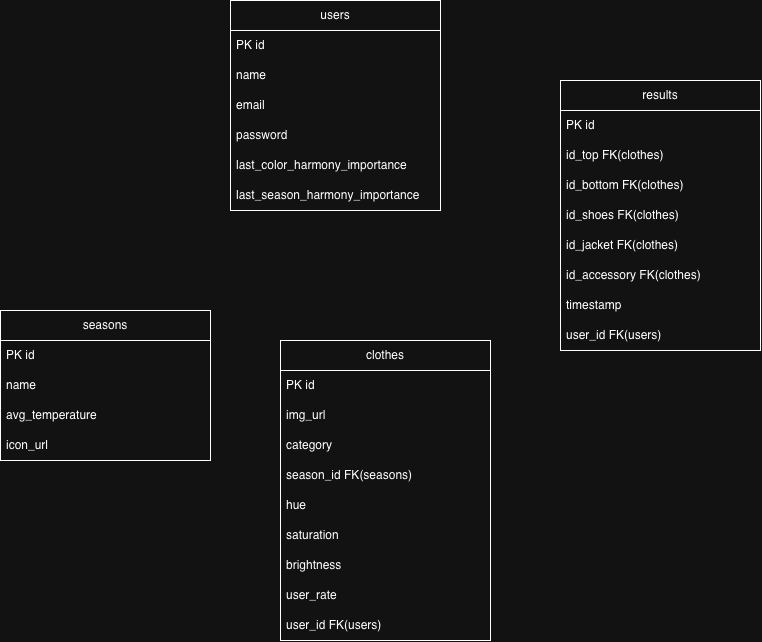
Before: modele-de-donnees/MLD.drawio.png, a diagram exported from draw.io (Thibault-HEIG/clothes-match). Source tidied: cells renumbered, new cells last; positions are measured from the earlier drawing's top-left corner, leaving out a move shared by most shapes. Its diagram source:
```xml
<mxGraphModel>
  <root>
    <mxCell id="0" />
    <mxCell id="1" parent="0" />
    <mxCell id="2" value="users" style="swimlane;fontStyle=0;horizontal=1;startSize=30;whiteSpace=wrap;html=1;" parent="1" vertex="1">
      <mxGeometry x="230" width="210" height="210" as="geometry" />
    </mxCell>
    <mxCell id="3" value="PK id" style="text;strokeColor=none;fillColor=none;align=left;verticalAlign=middle;spacingLeft=4;spacingRight=4;overflow=hidden;whiteSpace=wrap;html=1;" parent="2" vertex="1">
      <mxGeometry y="30" width="210" height="30" as="geometry" />
    </mxCell>
    <mxCell id="4" value="name" style="text;strokeColor=none;fillColor=none;align=left;verticalAlign=middle;spacingLeft=4;spacingRight=4;overflow=hidden;whiteSpace=wrap;html=1;" parent="2" vertex="1">
      <mxGeometry y="60" width="210" height="30" as="geometry" />
    </mxCell>
    <mxCell id="5" value="email" style="text;strokeColor=none;fillColor=none;align=left;verticalAlign=middle;spacingLeft=4;spacingRight=4;overflow=hidden;whiteSpace=wrap;html=1;" parent="2" vertex="1">
      <mxGeometry y="90" width="210" height="30" as="geometry" />
    </mxCell>
    <mxCell id="6" value="password" style="text;strokeColor=none;fillColor=none;align=left;verticalAlign=middle;spacingLeft=4;spacingRight=4;overflow=hidden;whiteSpace=wrap;html=1;" parent="2" vertex="1">
      <mxGeometry y="120" width="210" height="30" as="geometry" />
    </mxCell>
    <mxCell id="7" value="last_color_harmony_importance" style="text;strokeColor=none;fillColor=none;align=left;verticalAlign=middle;spacingLeft=4;spacingRight=4;overflow=hidden;whiteSpace=wrap;html=1;" parent="2" vertex="1">
      <mxGeometry y="150" width="210" height="30" as="geometry" />
    </mxCell>
    <mxCell id="8" value="last_season_harmony_importance" style="text;strokeColor=none;fillColor=none;align=left;verticalAlign=middle;spacingLeft=4;spacingRight=4;overflow=hidden;whiteSpace=wrap;html=1;" parent="2" vertex="1">
      <mxGeometry y="180" width="210" height="30" as="geometry" />
    </mxCell>
    <mxCell id="9" value="results" style="swimlane;fontStyle=0;horizontal=1;startSize=30;whiteSpace=wrap;html=1;" parent="1" vertex="1">
      <mxGeometry x="560" y="80" width="200" height="270" as="geometry" />
    </mxCell>
    <mxCell id="10" value="PK id" style="text;strokeColor=none;fillColor=none;align=left;verticalAlign=middle;spacingLeft=4;spacingRight=4;overflow=hidden;whiteSpace=wrap;html=1;" parent="9" vertex="1">
      <mxGeometry y="30" width="200" height="30" as="geometry" />
    </mxCell>
    <mxCell id="11" value="id_top FK(clothes)" style="text;strokeColor=none;fillColor=none;align=left;verticalAlign=middle;spacingLeft=4;spacingRight=4;overflow=hidden;points=[[0,0.5],[1,0.5]];portConstraint=eastwest;whiteSpace=wrap;html=1;" parent="9" vertex="1">
      <mxGeometry y="60" width="200" height="30" as="geometry" />
    </mxCell>
    <mxCell id="12" value="id_bottom FK(clothes)" style="text;strokeColor=none;fillColor=none;align=left;verticalAlign=middle;spacingLeft=4;spacingRight=4;overflow=hidden;points=[[0,0.5],[1,0.5]];portConstraint=eastwest;whiteSpace=wrap;html=1;" parent="9" vertex="1">
      <mxGeometry y="90" width="200" height="30" as="geometry" />
    </mxCell>
    <mxCell id="13" value="id_shoes FK(clothes)" style="text;strokeColor=none;fillColor=none;align=left;verticalAlign=middle;spacingLeft=4;spacingRight=4;overflow=hidden;points=[[0,0.5],[1,0.5]];portConstraint=eastwest;whiteSpace=wrap;html=1;" parent="9" vertex="1">
      <mxGeometry y="120" width="200" height="30" as="geometry" />
    </mxCell>
    <mxCell id="14" value="id_jacket FK(clothes)" style="text;strokeColor=none;fillColor=none;align=left;verticalAlign=middle;spacingLeft=4;spacingRight=4;overflow=hidden;points=[[0,0.5],[1,0.5]];portConstraint=eastwest;whiteSpace=wrap;html=1;" parent="9" vertex="1">
      <mxGeometry y="150" width="200" height="30" as="geometry" />
    </mxCell>
    <mxCell id="15" value="id_accessory FK(clothes)" style="text;strokeColor=none;fillColor=none;align=left;verticalAlign=middle;spacingLeft=4;spacingRight=4;overflow=hidden;points=[[0,0.5],[1,0.5]];portConstraint=eastwest;whiteSpace=wrap;html=1;" parent="9" vertex="1">
      <mxGeometry y="180" width="200" height="30" as="geometry" />
    </mxCell>
    <mxCell id="16" value="timestamp" style="text;strokeColor=none;fillColor=none;align=left;verticalAlign=middle;spacingLeft=4;spacingRight=4;overflow=hidden;whiteSpace=wrap;html=1;" parent="9" vertex="1">
      <mxGeometry y="210" width="200" height="30" as="geometry" />
    </mxCell>
    <mxCell id="17" value="user_id FK(users)" style="text;strokeColor=none;fillColor=none;align=left;verticalAlign=middle;spacingLeft=4;spacingRight=4;overflow=hidden;whiteSpace=wrap;html=1;" parent="9" vertex="1">
      <mxGeometry y="240" width="200" height="30" as="geometry" />
    </mxCell>
    <mxCell id="18" value="clothes" style="swimlane;fontStyle=0;horizontal=1;startSize=30;whiteSpace=wrap;html=1;" parent="1" vertex="1">
      <mxGeometry x="280" y="340" width="210" height="300" as="geometry" />
    </mxCell>
    <mxCell id="19" value="PK id" style="text;strokeColor=none;fillColor=none;align=left;verticalAlign=middle;spacingLeft=4;spacingRight=4;overflow=hidden;whiteSpace=wrap;html=1;" parent="18" vertex="1">
      <mxGeometry y="30" width="210" height="30" as="geometry" />
    </mxCell>
    <mxCell id="20" value="img_url" style="text;strokeColor=none;fillColor=none;align=left;verticalAlign=middle;spacingLeft=4;spacingRight=4;overflow=hidden;whiteSpace=wrap;html=1;" parent="18" vertex="1">
      <mxGeometry y="60" width="210" height="30" as="geometry" />
    </mxCell>
    <mxCell id="21" value="category" style="text;strokeColor=none;fillColor=none;align=left;verticalAlign=middle;spacingLeft=4;spacingRight=4;overflow=hidden;whiteSpace=wrap;html=1;" parent="18" vertex="1">
      <mxGeometry y="90" width="210" height="30" as="geometry" />
    </mxCell>
    <mxCell id="22" value="season_id FK(seasons)" style="text;strokeColor=none;fillColor=none;align=left;verticalAlign=middle;spacingLeft=4;spacingRight=4;overflow=hidden;points=[[0,0.5],[1,0.5]];portConstraint=eastwest;whiteSpace=wrap;html=1;" parent="18" vertex="1">
      <mxGeometry y="120" width="210" height="30" as="geometry" />
    </mxCell>
    <mxCell id="23" value="hue" style="text;strokeColor=none;fillColor=none;align=left;verticalAlign=middle;spacingLeft=4;spacingRight=4;overflow=hidden;whiteSpace=wrap;html=1;" parent="18" vertex="1">
      <mxGeometry y="150" width="210" height="30" as="geometry" />
    </mxCell>
    <mxCell id="24" value="saturation" style="text;strokeColor=none;fillColor=none;align=left;verticalAlign=middle;spacingLeft=4;spacingRight=4;overflow=hidden;whiteSpace=wrap;html=1;" parent="18" vertex="1">
      <mxGeometry y="180" width="210" height="30" as="geometry" />
    </mxCell>
    <mxCell id="25" value="brightness" style="text;strokeColor=none;fillColor=none;align=left;verticalAlign=middle;spacingLeft=4;spacingRight=4;overflow=hidden;whiteSpace=wrap;html=1;" parent="18" vertex="1">
      <mxGeometry y="210" width="210" height="30" as="geometry" />
    </mxCell>
    <mxCell id="26" value="user_rate" style="text;strokeColor=none;fillColor=none;align=left;verticalAlign=middle;spacingLeft=4;spacingRight=4;overflow=hidden;whiteSpace=wrap;html=1;" parent="18" vertex="1">
      <mxGeometry y="240" width="210" height="30" as="geometry" />
    </mxCell>
    <mxCell id="27" value="user_id FK(users)" style="text;strokeColor=none;fillColor=none;align=left;verticalAlign=middle;spacingLeft=4;spacingRight=4;overflow=hidden;points=[[0,0.5],[1,0.5]];portConstraint=eastwest;whiteSpace=wrap;html=1;" parent="18" vertex="1">
      <mxGeometry y="270" width="210" height="30" as="geometry" />
    </mxCell>
    <mxCell id="28" value="seasons" style="swimlane;fontStyle=0;horizontal=1;startSize=30;whiteSpace=wrap;html=1;" parent="1" vertex="1">
      <mxGeometry y="310" width="210" height="150" as="geometry" />
    </mxCell>
    <mxCell id="29" value="PK id" style="text;strokeColor=none;fillColor=none;align=left;verticalAlign=middle;spacingLeft=4;spacingRight=4;overflow=hidden;whiteSpace=wrap;html=1;" parent="28" vertex="1">
      <mxGeometry y="30" width="210" height="30" as="geometry" />
    </mxCell>
    <mxCell id="30" value="name" style="text;strokeColor=none;fillColor=none;align=left;verticalAlign=middle;spacingLeft=4;spacingRight=4;overflow=hidden;whiteSpace=wrap;html=1;" parent="28" vertex="1">
      <mxGeometry y="60" width="210" height="30" as="geometry" />
    </mxCell>
    <mxCell id="31" value="avg_temperature" style="text;strokeColor=none;fillColor=none;align=left;verticalAlign=middle;spacingLeft=4;spacingRight=4;overflow=hidden;whiteSpace=wrap;html=1;" parent="28" vertex="1">
      <mxGeometry y="90" width="210" height="30" as="geometry" />
    </mxCell>
    <mxCell id="32" value="icon_url" style="text;strokeColor=none;fillColor=none;align=left;verticalAlign=middle;spacingLeft=4;spacingRight=4;overflow=hidden;whiteSpace=wrap;html=1;" parent="28" vertex="1">
      <mxGeometry y="120" width="210" height="30" as="geometry" />
    </mxCell>
  </root>
</mxGraphModel>
```
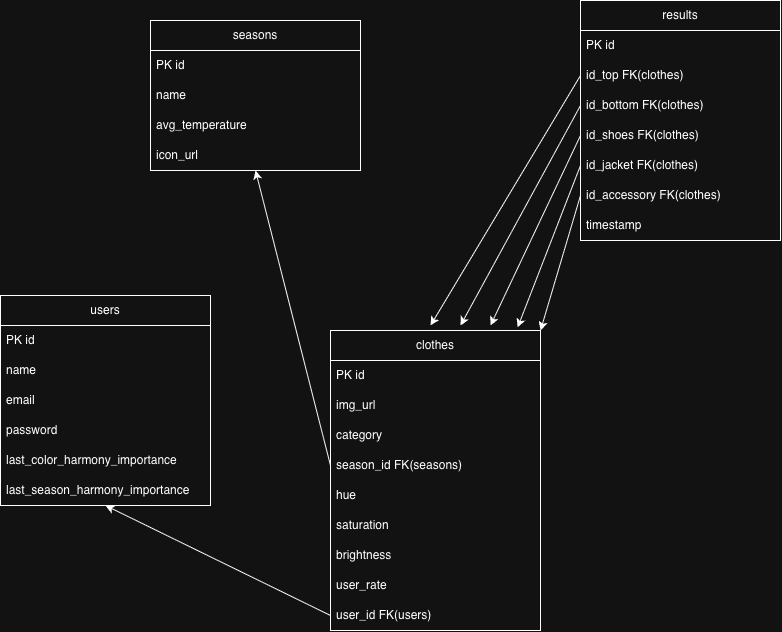
The same file after the commit.

The edit, as a diff of the source:
```diff
@@ -3,7 +3,7 @@
     <mxCell id="0" />
     <mxCell id="1" parent="0" />
     <mxCell id="2" value="users" style="swimlane;fontStyle=0;horizontal=1;startSize=30;whiteSpace=wrap;html=1;" parent="1" vertex="1">
-      <mxGeometry x="230" width="210" height="210" as="geometry" />
+      <mxGeometry x="-50" y="305" width="210" height="210" as="geometry" />
     </mxCell>
     <mxCell id="3" value="PK id" style="text;strokeColor=none;fillColor=none;align=left;verticalAlign=middle;spacingLeft=4;spacingRight=4;overflow=hidden;whiteSpace=wrap;html=1;" parent="2" vertex="1">
       <mxGeometry y="30" width="210" height="30" as="geometry" />
@@ -24,7 +24,7 @@
       <mxGeometry y="180" width="210" height="30" as="geometry" />
     </mxCell>
     <mxCell id="9" value="results" style="swimlane;fontStyle=0;horizontal=1;startSize=30;whiteSpace=wrap;html=1;" parent="1" vertex="1">
-      <mxGeometry x="560" y="80" width="200" height="270" as="geometry" />
+      <mxGeometry x="530" y="10" width="200" height="240" as="geometry" />
     </mxCell>
     <mxCell id="10" value="PK id" style="text;strokeColor=none;fillColor=none;align=left;verticalAlign=middle;spacingLeft=4;spacingRight=4;overflow=hidden;whiteSpace=wrap;html=1;" parent="9" vertex="1">
       <mxGeometry y="30" width="200" height="30" as="geometry" />
@@ -47,9 +47,6 @@
     <mxCell id="16" value="timestamp" style="text;strokeColor=none;fillColor=none;align=left;verticalAlign=middle;spacingLeft=4;spacingRight=4;overflow=hidden;whiteSpace=wrap;html=1;" parent="9" vertex="1">
       <mxGeometry y="210" width="200" height="30" as="geometry" />
     </mxCell>
-    <mxCell id="17" value="user_id FK(users)" style="text;strokeColor=none;fillColor=none;align=left;verticalAlign=middle;spacingLeft=4;spacingRight=4;overflow=hidden;whiteSpace=wrap;html=1;" parent="9" vertex="1">
-      <mxGeometry y="240" width="200" height="30" as="geometry" />
-    </mxCell>
     <mxCell id="18" value="clothes" style="swimlane;fontStyle=0;horizontal=1;startSize=30;whiteSpace=wrap;html=1;" parent="1" vertex="1">
       <mxGeometry x="280" y="340" width="210" height="300" as="geometry" />
     </mxCell>
@@ -81,7 +78,7 @@
       <mxGeometry y="270" width="210" height="30" as="geometry" />
     </mxCell>
     <mxCell id="28" value="seasons" style="swimlane;fontStyle=0;horizontal=1;startSize=30;whiteSpace=wrap;html=1;" parent="1" vertex="1">
-      <mxGeometry y="310" width="210" height="150" as="geometry" />
+      <mxGeometry x="100" y="30" width="210" height="150" as="geometry" />
     </mxCell>
     <mxCell id="29" value="PK id" style="text;strokeColor=none;fillColor=none;align=left;verticalAlign=middle;spacingLeft=4;spacingRight=4;overflow=hidden;whiteSpace=wrap;html=1;" parent="28" vertex="1">
       <mxGeometry y="30" width="210" height="30" as="geometry" />
@@ -95,5 +92,32 @@
     <mxCell id="32" value="icon_url" style="text;strokeColor=none;fillColor=none;align=left;verticalAlign=middle;spacingLeft=4;spacingRight=4;overflow=hidden;whiteSpace=wrap;html=1;" parent="28" vertex="1">
       <mxGeometry y="120" width="210" height="30" as="geometry" />
     </mxCell>
+    <mxCell id="33" style="endArrow=classic;html=1;rounded=0;exitX=0;exitY=0.5;exitDx=0;exitDy=0;entryX=0.5;entryY=1;entryDx=0;entryDy=0;" parent="1" edge="1" source="27" target="2">
+      <mxGeometry relative="1" as="geometry" />
+    </mxCell>
+    <mxCell id="34" style="endArrow=classic;html=1;rounded=0;exitX=0;exitY=0.5;exitDx=0;exitDy=0;entryX=0.5;entryY=1;entryDx=0;entryDy=0;" parent="1" edge="1" source="22" target="28">
+      <mxGeometry relative="1" as="geometry" />
+    </mxCell>
+    <mxCell id="35" style="endArrow=classic;html=1;rounded=0;exitX=0;exitY=0.5;exitDx=0;exitDy=0;" parent="1" edge="1" source="11">
+      <mxGeometry relative="1" as="geometry">
+        <mxPoint x="380" y="335" as="targetPoint" />
+      </mxGeometry>
+    </mxCell>
+    <mxCell id="36" style="endArrow=classic;html=1;rounded=0;exitX=0;exitY=0.5;exitDx=0;exitDy=0;" parent="1" edge="1" source="12">
+      <mxGeometry relative="1" as="geometry">
+        <mxPoint x="410" y="335" as="targetPoint" />
+      </mxGeometry>
+    </mxCell>
+    <mxCell id="37" style="endArrow=classic;html=1;rounded=0;exitX=0;exitY=0.5;exitDx=0;exitDy=0;" parent="1" edge="1" source="13">
+      <mxGeometry relative="1" as="geometry">
+        <mxPoint x="440" y="335" as="targetPoint" />
+      </mxGeometry>
+    </mxCell>
+    <mxCell id="38" style="endArrow=classic;html=1;rounded=0;exitX=0;exitY=0.5;exitDx=0;exitDy=0;entryX=0.891;entryY=-0.01;entryDx=0;entryDy=0;entryPerimeter=0;" parent="1" edge="1" source="14" target="18">
+      <mxGeometry relative="1" as="geometry" />
+    </mxCell>
+    <mxCell id="39" style="endArrow=classic;html=1;rounded=0;exitX=0;exitY=0.5;exitDx=0;exitDy=0;entryX=1;entryY=0;entryDx=0;entryDy=0;" parent="1" edge="1" source="15" target="18">
+      <mxGeometry relative="1" as="geometry" />
+    </mxCell>
   </root>
 </mxGraphModel>
```
